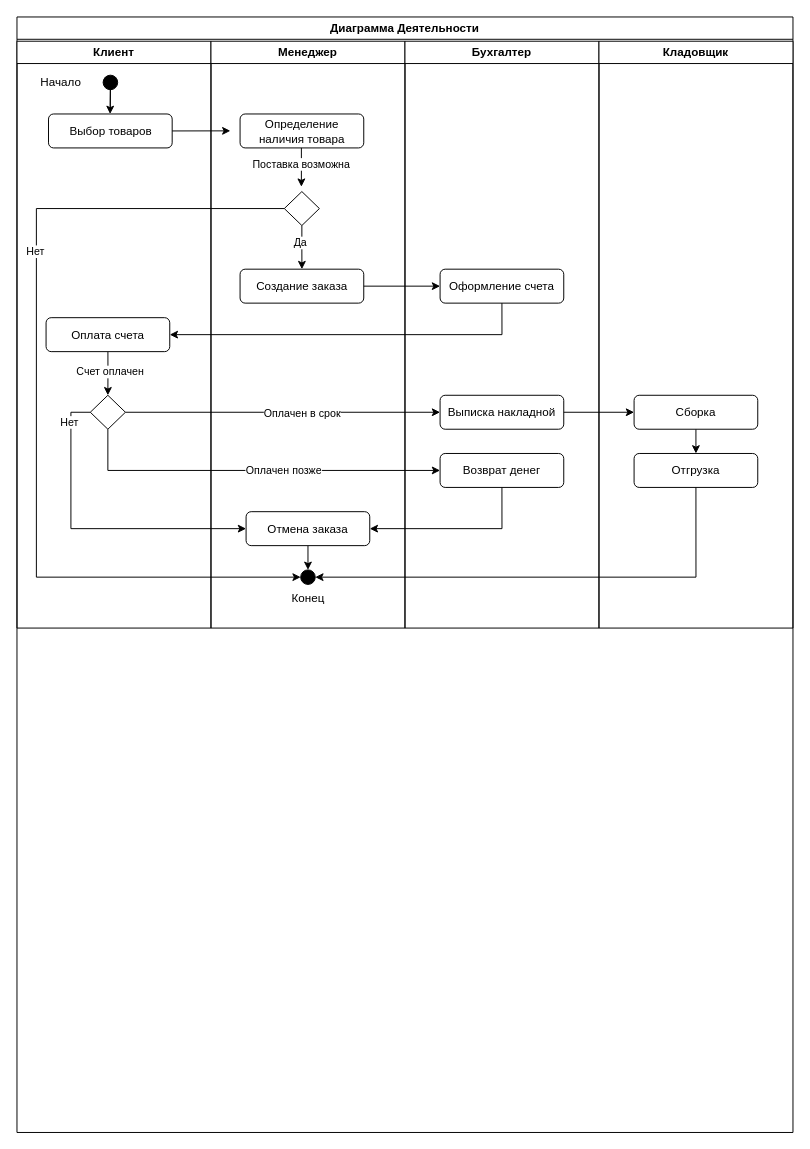
Before: Диаграмма деятельности.drawio in dubnart/netology, a draw.io diagram. Source tidied: cells renumbered, new cells numbered last; positions are measured from the earlier drawing's top-left corner, leaving out a move shared by most shapes. Both pictures are drawn from the tidied source at 97%, with x=0, y=0 at pixel (16, 16).
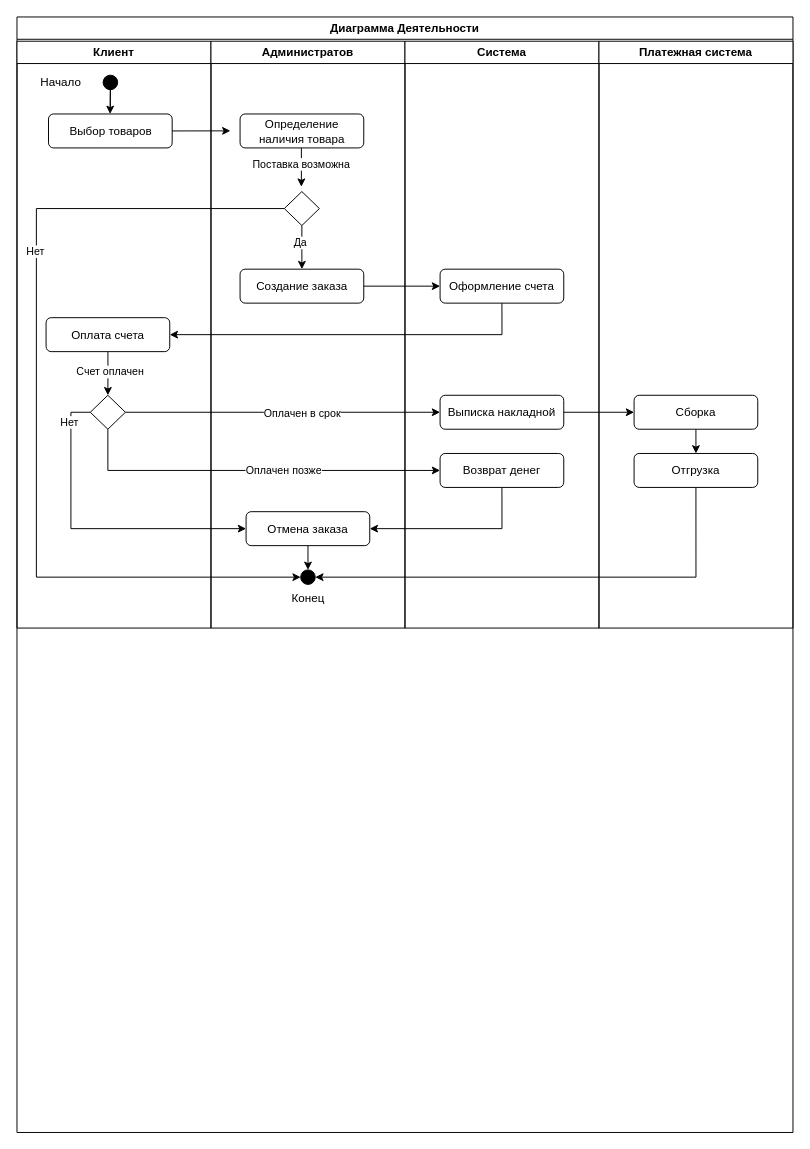
After the change.

The change refers to these unchanged cells:
```xml
<mxCell id="2" value="Диаграмма Деятельности" style="swimlane;whiteSpace=wrap;html=1;" parent="1" vertex="1">
  <mxGeometry width="800" height="1150" as="geometry" />
</mxCell>
```

What changed in the source:
```diff
@@
-    <mxCell id="13" value="Менеджер" style="swimlane;whiteSpace=wrap;html=1;" parent="2" vertex="1">
+    <mxCell id="13" value="Администратов" style="swimlane;whiteSpace=wrap;html=1;startSize=23;" parent="2" vertex="1">
       <mxGeometry x="200" y="25" width="200" height="605" as="geometry" />
     </mxCell>
@@
-    <mxCell id="28" value="Бухгалтер" style="swimlane;whiteSpace=wrap;html=1;" parent="2" vertex="1">
+    <mxCell id="28" value="Система" style="swimlane;whiteSpace=wrap;html=1;startSize=23;" parent="2" vertex="1">
       <mxGeometry x="400" y="25" width="200" height="605" as="geometry" />
     </mxCell>
@@
-    <mxCell id="32" value="Кладовщик" style="swimlane;whiteSpace=wrap;html=1;" parent="2" vertex="1">
+    <mxCell id="32" value="Платежная система" style="swimlane;whiteSpace=wrap;html=1;" parent="2" vertex="1">
       <mxGeometry x="600" y="25" width="200" height="605" as="geometry" />
     </mxCell>
```
